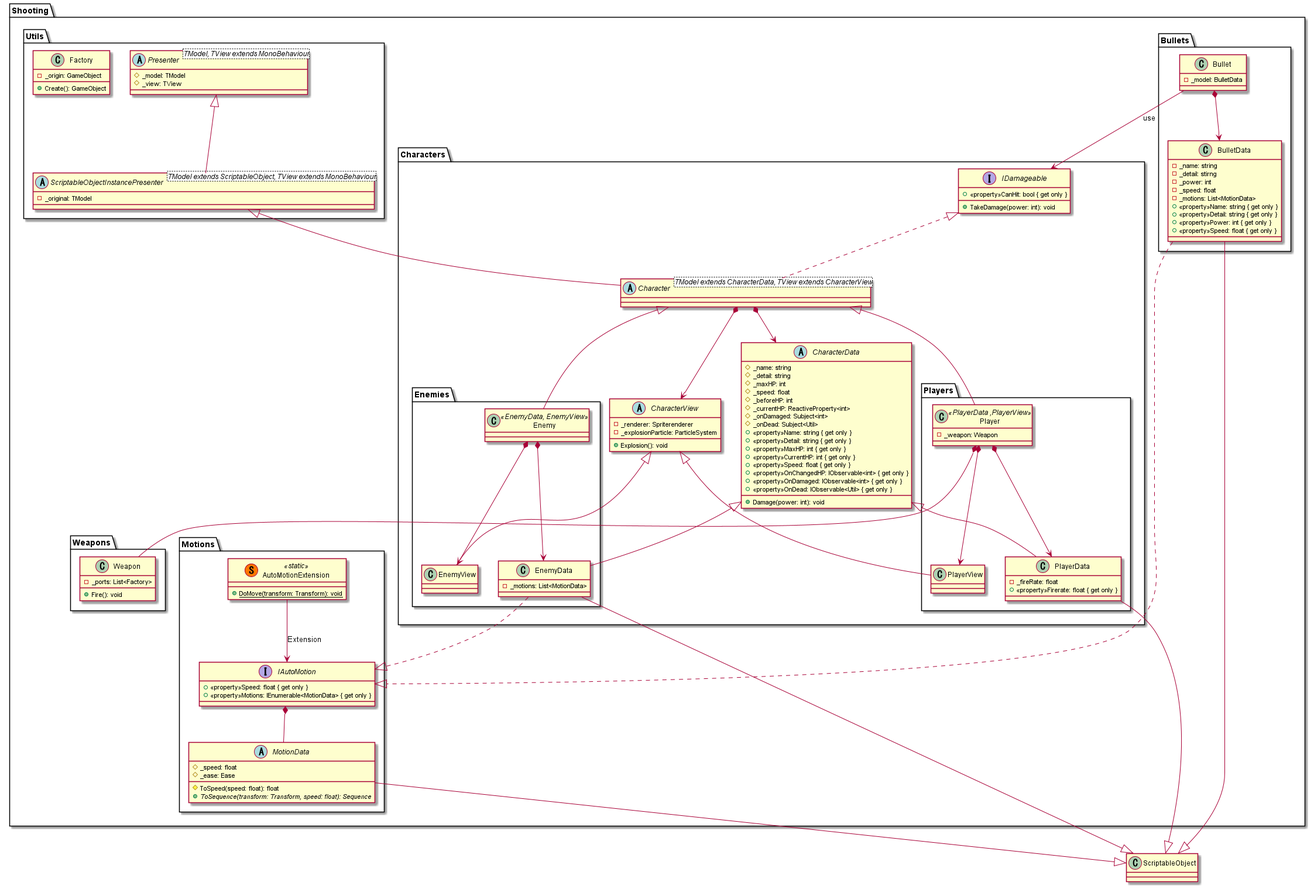
This is Assets/UML/ClassDiaglam/Shooting.png from nmskm240/MagicalShooter, a PlantUML export, as it was before one commit.
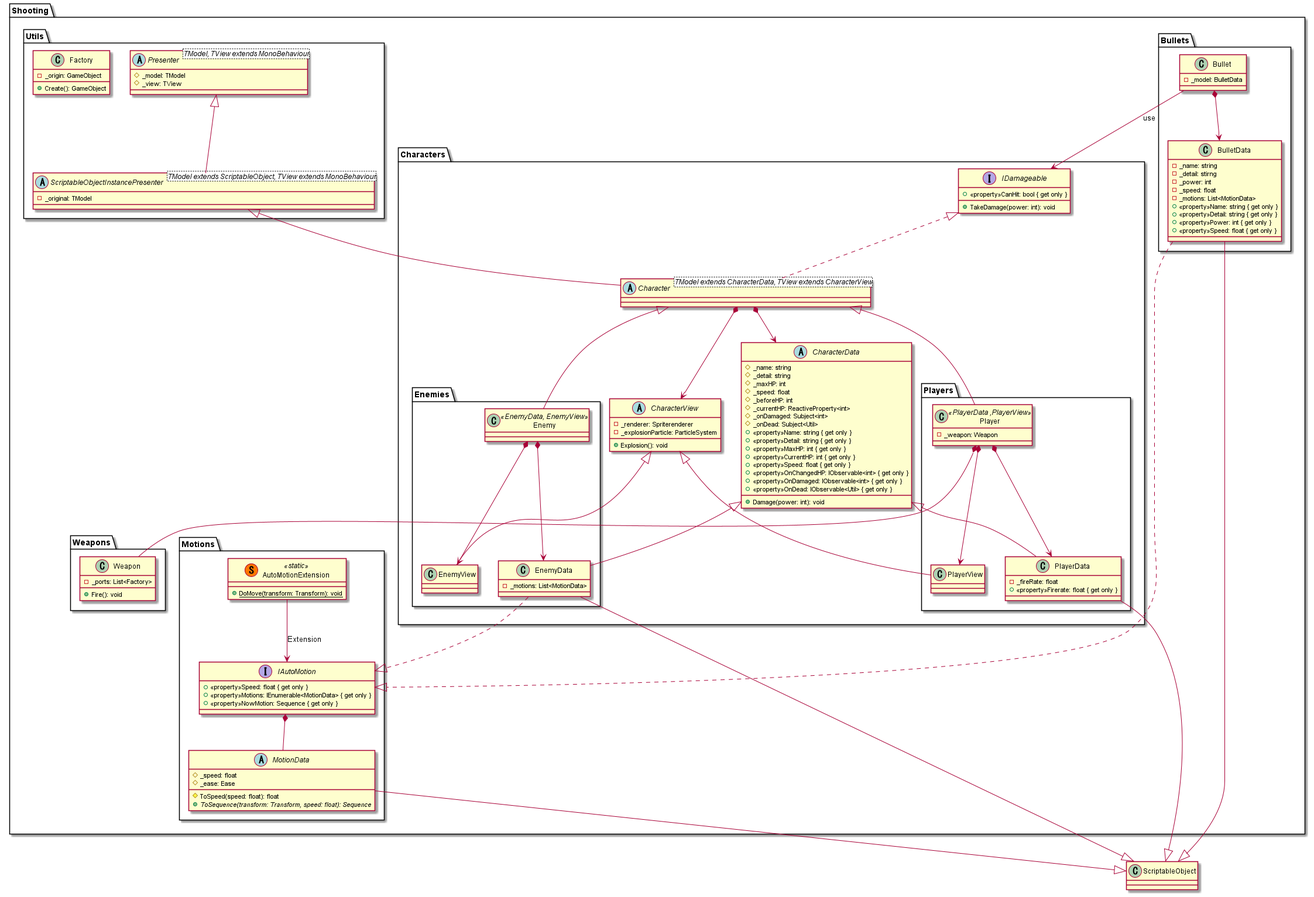
Above is the later version.

Diff of the diagram source:
```diff
@@ -95,6 +95,7 @@
         {
             +<<property>>Speed: float { get only }
             +<<property>>Motions: IEnumerable<MotionData> { get only }
+            +<<property>>NowMotion: Sequence { get only }
         }
     }
     package Utils
```
